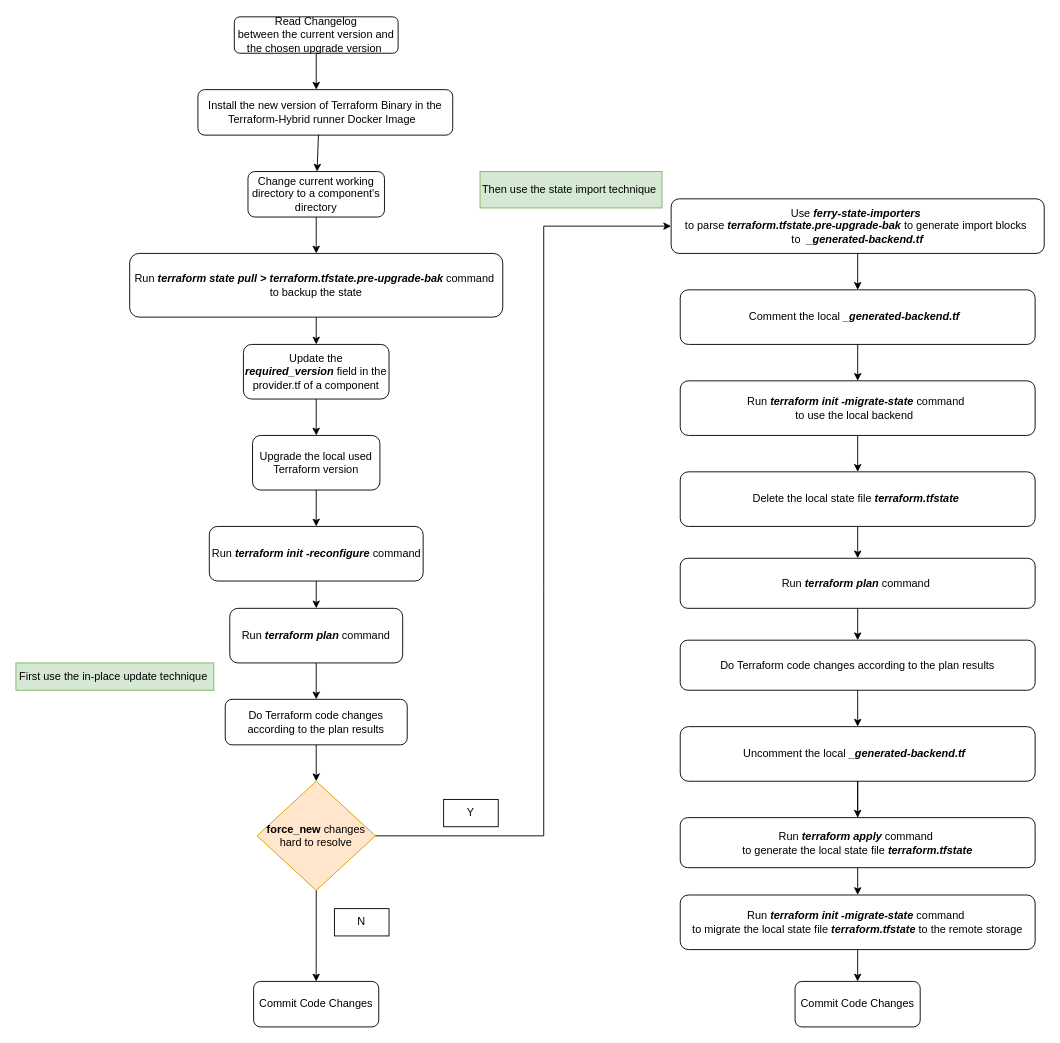
This is page "terraform-upgrade-steps" (3 of 4) of terraform-version-chosen-strategy.drawio from YanshanSong/draw.io, a draw.io file, before an edit. Source tidied: cells renumbered, new cells numbered last; positions are measured from the earlier drawing's top-left corner, leaving out a move shared by most shapes. Both pictures are drawn from the tidied source at 91%, with x=0, y=0 at pixel (15, 16).
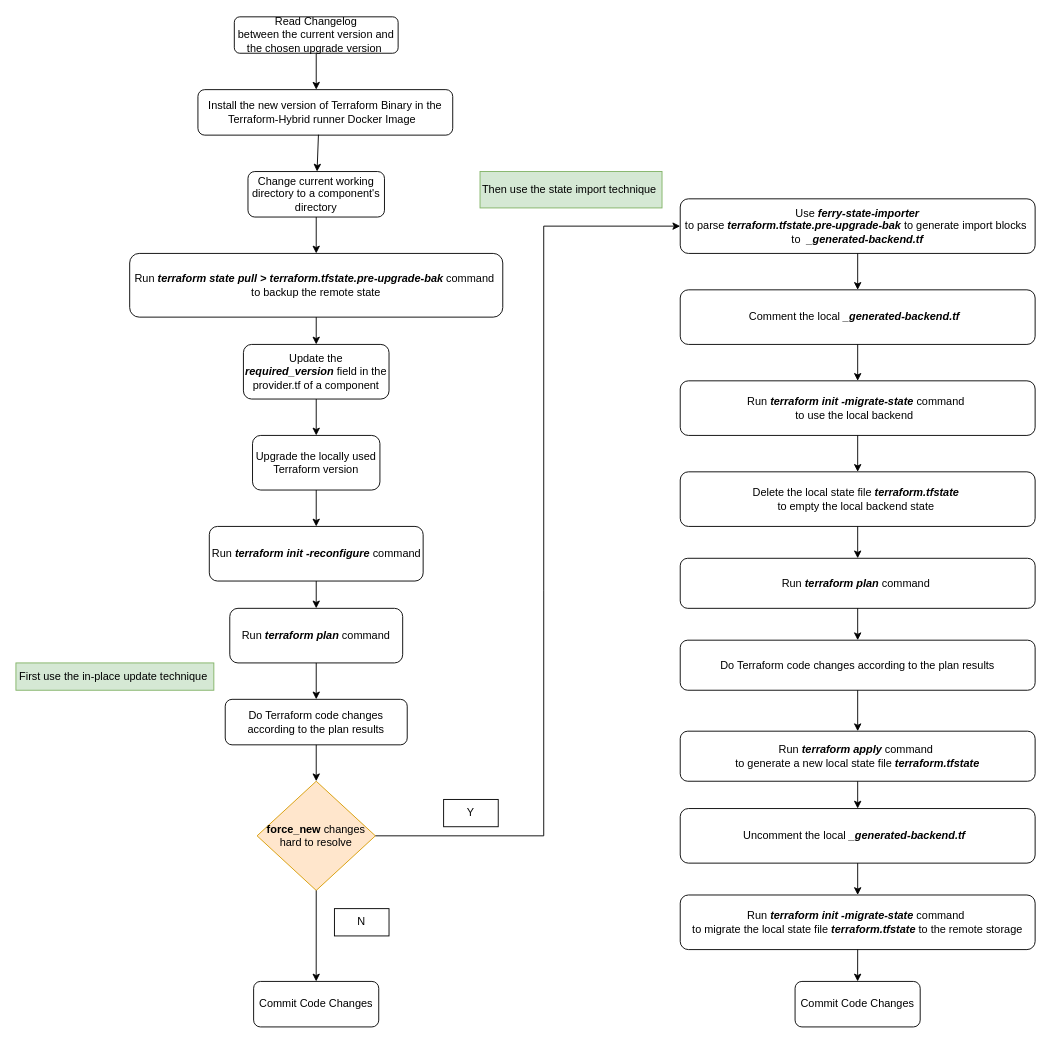
The same diagram, later.

Unchanged cells that the change refers to:
```xml
<mxCell id="35" value="Do Terraform code changes according to the plan results" style="rounded=1;whiteSpace=wrap;html=1;" parent="1" vertex="1">
  <mxGeometry x="730" y="685" width="390" height="55" as="geometry" />
</mxCell>
```

What changed in the source:
```diff
@@
-    <mxCell id="5" value="Upgrade the local used Terraform version" style="rounded=1;whiteSpace=wrap;html=1;" parent="1" vertex="1">
+    <mxCell id="5" value="Upgrade the locally used Terraform version" style="rounded=1;whiteSpace=wrap;html=1;" parent="1" vertex="1">
       <mxGeometry x="260" y="460" width="140" height="60" as="geometry" />
     </mxCell>
@@
-    <mxCell id="9" value="Run &lt;i style=&quot;font-weight: bold;&quot;&gt;terraform state pull &amp;gt;&amp;nbsp;terraform.tfstate.pre-upgrade-bak&amp;nbsp;&lt;/i&gt;command&amp;nbsp;&lt;div&gt;to backup the state&lt;/div&gt;" style="rounded=1;whiteSpace=wrap;html=1;" parent="1" vertex="1">
+    <mxCell id="9" value="Run &lt;i style=&quot;font-weight: bold;&quot;&gt;terraform state pull &amp;gt;&amp;nbsp;terraform.tfstate.pre-upgrade-bak&amp;nbsp;&lt;/i&gt;command&amp;nbsp;&lt;div&gt;to backup the remote state&lt;/div&gt;" style="rounded=1;whiteSpace=wrap;html=1;" parent="1" vertex="1">
       <mxGeometry x="125" y="260" width="410" height="70" as="geometry" />
     </mxCell>
@@
-    <mxCell id="20" value="Delete the local state file&amp;nbsp;&lt;i style=&quot;font-weight: bold;&quot;&gt;terraform.tfstate&amp;nbsp;&lt;/i&gt;" style="rounded=1;whiteSpace=wrap;html=1;" parent="1" vertex="1">
+    <mxCell id="20" value="Delete the local state file&amp;nbsp;&lt;i style=&quot;font-weight: bold;&quot;&gt;terraform.tfstate&amp;nbsp;&lt;/i&gt;&lt;div&gt;to empty the local backend&amp;nbsp;state&lt;i style=&quot;font-weight: bold;&quot;&gt;&amp;nbsp;&lt;/i&gt;&lt;/div&gt;" style="rounded=1;whiteSpace=wrap;html=1;" parent="1" vertex="1">
       <mxGeometry x="730" y="500" width="390" height="60" as="geometry" />
     </mxCell>
-    <mxCell id="21" value="Use &lt;i style=&quot;font-weight: bold;&quot;&gt;ferry-state-importers&amp;nbsp;&lt;/i&gt;&lt;div&gt;to parse&amp;nbsp;&lt;i style=&quot;font-weight: bold;&quot;&gt;terraform.tfstate.pre-upgrade-bak&lt;/i&gt;&amp;nbsp;to generate import blocks&amp;nbsp;&lt;div&gt;to&amp;nbsp;&amp;nbsp;&lt;b&gt;&lt;i&gt;_generated-backend.tf&lt;/i&gt;&lt;/b&gt;&lt;/div&gt;&lt;/div&gt;" style="rounded=1;whiteSpace=wrap;html=1;" parent="1" vertex="1">
-      <mxGeometry x="720" y="200" width="410" height="60" as="geometry" />
+    <mxCell id="21" value="Use &lt;i style=&quot;font-weight: bold;&quot;&gt;ferry-state-importer&lt;/i&gt;&lt;div&gt;to parse&amp;nbsp;&lt;i style=&quot;font-weight: bold;&quot;&gt;terraform.tfstate.pre-upgrade-bak&lt;/i&gt;&amp;nbsp;to generate import blocks&amp;nbsp;&lt;div&gt;to&amp;nbsp;&amp;nbsp;&lt;b&gt;&lt;i&gt;_generated-backend.tf&lt;/i&gt;&lt;/b&gt;&lt;/div&gt;&lt;/div&gt;" style="rounded=1;whiteSpace=wrap;html=1;" parent="1" vertex="1">
+      <mxGeometry x="730" y="200" width="390" height="60" as="geometry" />
     </mxCell>
@@
-    <mxCell id="24" style="edgeStyle=orthogonalEdgeStyle;rounded=0;jettySize=auto;html=1;" parent="1" edge="1" source="25" target="34">
-      <mxGeometry relative="1" as="geometry" />
-    </mxCell>
     <mxCell id="25" value="Uncomment the local&amp;nbsp;&lt;b&gt;&lt;i&gt;_generated-backend.tf&amp;nbsp;&lt;/i&gt;&lt;/b&gt;&amp;nbsp;" style="rounded=1;whiteSpace=wrap;html=1;" parent="1" vertex="1">
-      <mxGeometry x="730" y="780" width="390" height="60" as="geometry" />
+      <mxGeometry x="730" y="870" width="390" height="60" as="geometry" />
     </mxCell>
@@
-    <mxCell id="34" value="&lt;div&gt;Run &lt;b&gt;&lt;i&gt;terraform apply&lt;/i&gt;&lt;/b&gt; command&amp;nbsp;&lt;/div&gt;&lt;div&gt;to generate the local state file&amp;nbsp;&lt;b&gt;&lt;i&gt;terraform.tfstate&lt;/i&gt;&lt;/b&gt;&lt;/div&gt;" style="rounded=1;whiteSpace=wrap;html=1;" parent="1" vertex="1">
-      <mxGeometry x="730" y="880" width="390" height="55" as="geometry" />
+    <mxCell id="34" value="&lt;div&gt;Run &lt;b&gt;&lt;i&gt;terraform apply&lt;/i&gt;&lt;/b&gt; command&amp;nbsp;&lt;/div&gt;&lt;div&gt;to generate a new local state file&amp;nbsp;&lt;b&gt;&lt;i&gt;terraform.tfstate&lt;/i&gt;&lt;/b&gt;&lt;/div&gt;" style="rounded=1;whiteSpace=wrap;html=1;" parent="1" vertex="1">
+      <mxGeometry x="730" y="785" width="390" height="55" as="geometry" />
     </mxCell>
@@
-    <mxCell id="37" style="endArrow=classic;html=1;rounded=0;exitX=0.5;exitY=1;exitDx=0;exitDy=0;entryX=0.5;entryY=0;entryDx=0;entryDy=0;" parent="1" edge="1" source="35" target="25">
-      <mxGeometry relative="1" as="geometry" />
-    </mxCell>
@@
+    <mxCell id="47" style="endArrow=classic;html=1;rounded=0;exitX=0.5;exitY=1;exitDx=0;exitDy=0;" parent="1" edge="1" source="35" target="34">
+      <mxGeometry relative="1" as="geometry" />
+    </mxCell>
+    <mxCell id="48" style="endArrow=classic;html=1;rounded=0;exitX=0.5;exitY=1;exitDx=0;exitDy=0;" parent="1" edge="1" source="34" target="25">
+      <mxGeometry relative="1" as="geometry" />
+    </mxCell>
```
